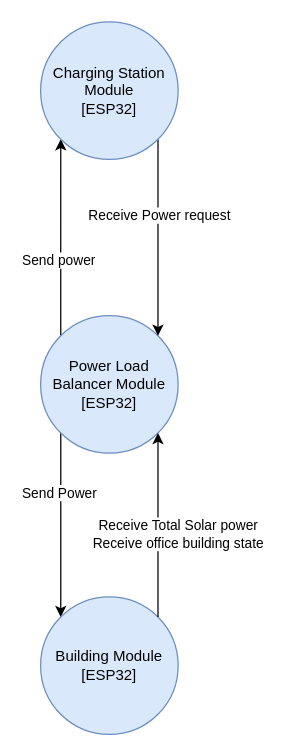
Earlier version of the draw.io diagram page "Page-2" (2 of 3) of Documents/Design/ContextDiagrams.drawio (SeanDBrrr/PowerLoadBalancer). Source tidied: cells renumbered, new cells numbered last; positions are measured from the earlier drawing's top-left corner, leaving out a move shared by most shapes. Both pictures are drawn from the tidied source at 125%, with x=0, y=0 at pixel (40, 21).
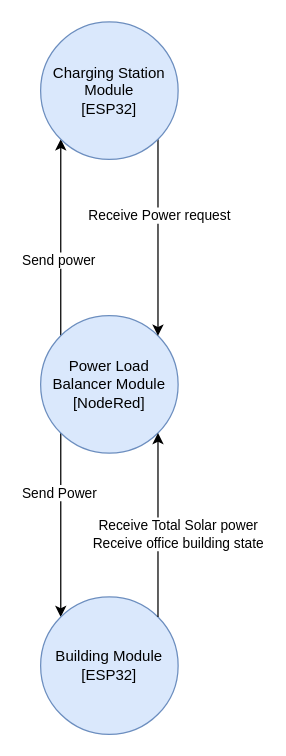
The same diagram, later.

Change to the diagram source:
```diff
@@
 <mxGraphModel>
   <root>
     <mxCell id="0" />
     <mxCell id="1" parent="0" />
     <mxCell id="2" style="edgeStyle=orthogonalEdgeStyle;rounded=0;jettySize=auto;html=1;entryX=0;entryY=1;entryDx=0;entryDy=0;exitX=0;exitY=0;exitDx=0;exitDy=0;" parent="1" edge="1" source="6" target="9">
       <mxGeometry relative="1" as="geometry">
         <Array as="points">
           <mxPoint x="16" y="180" />
           <mxPoint x="16" y="180" />
         </Array>
       </mxGeometry>
     </mxCell>
     <mxCell id="3" value="Send power&amp;nbsp;" style="edgeLabel;html=1;align=center;verticalAlign=middle;" parent="2" vertex="1">
       <mxGeometry x="0.08" relative="1" as="geometry">
         <mxPoint x="-1" y="24" as="offset" />
       </mxGeometry>
     </mxCell>
     <mxCell id="4" style="edgeStyle=none;rounded=0;jettySize=auto;html=1;entryX=0;entryY=0;entryDx=0;entryDy=0;strokeColor=default;exitX=0;exitY=1;exitDx=0;exitDy=0;" parent="1" edge="1" source="6" target="10">
       <mxGeometry relative="1" as="geometry" />
     </mxCell>
     <mxCell id="5" value="Send Power" style="edgeLabel;html=1;align=center;verticalAlign=middle;" parent="4" vertex="1">
       <mxGeometry x="-0.35" y="-2" relative="1" as="geometry" />
     </mxCell>
-    <mxCell id="6" value="Power Load Balancer Module&lt;br style=&quot;border-color: var(--border-color);&quot;&gt;[ESP32]" style="ellipse;whiteSpace=wrap;html=1;fillColor=#dae8fc;strokeColor=#6c8ebf;" parent="1" vertex="1">
+    <mxCell id="6" value="Power Load Balancer Module&lt;br style=&quot;border-color: var(--border-color);&quot;&gt;[NodeRed]" style="ellipse;whiteSpace=wrap;html=1;fillColor=#dae8fc;strokeColor=#6c8ebf;" parent="1" vertex="1">
       <mxGeometry y="235" width="110" height="110" as="geometry" />
     </mxCell>
     <mxCell id="7" style="edgeStyle=orthogonalEdgeStyle;rounded=0;jettySize=auto;html=1;entryX=1;entryY=0;entryDx=0;entryDy=0;exitX=1;exitY=1;exitDx=0;exitDy=0;" parent="1" edge="1" source="9" target="6">
       <mxGeometry relative="1" as="geometry" />
     </mxCell>
     <mxCell id="8" value="Receive Power request" style="edgeLabel;html=1;align=center;verticalAlign=middle;" parent="7" vertex="1">
       <mxGeometry x="-0.23" relative="1" as="geometry">
         <mxPoint x="1" as="offset" />
       </mxGeometry>
     </mxCell>
     <mxCell id="9" value="Charging Station Module&lt;br style=&quot;border-color: var(--border-color);&quot;&gt;[ESP32]" style="ellipse;whiteSpace=wrap;html=1;fillColor=#dae8fc;strokeColor=#6c8ebf;" parent="1" vertex="1">
       <mxGeometry width="110" height="110" as="geometry" />
     </mxCell>
     <mxCell id="10" value="Building Module&lt;br&gt;[ESP32]" style="ellipse;whiteSpace=wrap;html=1;fillColor=#dae8fc;strokeColor=#6c8ebf;" parent="1" vertex="1">
       <mxGeometry y="460" width="110" height="110" as="geometry" />
     </mxCell>
     <mxCell id="11" style="endArrow=classic;html=1;rounded=0;strokeColor=default;entryX=1;entryY=1;entryDx=0;entryDy=0;exitX=1;exitY=0;exitDx=0;exitDy=0;" parent="1" edge="1" source="10" target="6">
       <mxGeometry relative="1" as="geometry" />
     </mxCell>
     <mxCell id="12" value="Receive Total Solar power&lt;br style=&quot;border-color: var(--border-color);&quot;&gt;Receive office building state" style="edgeLabel;html=1;align=center;verticalAlign=middle;" parent="11" vertex="1">
       <mxGeometry x="-0.09" relative="1" as="geometry">
         <mxPoint x="16" as="offset" />
       </mxGeometry>
     </mxCell>
   </root>
 </mxGraphModel>
```
